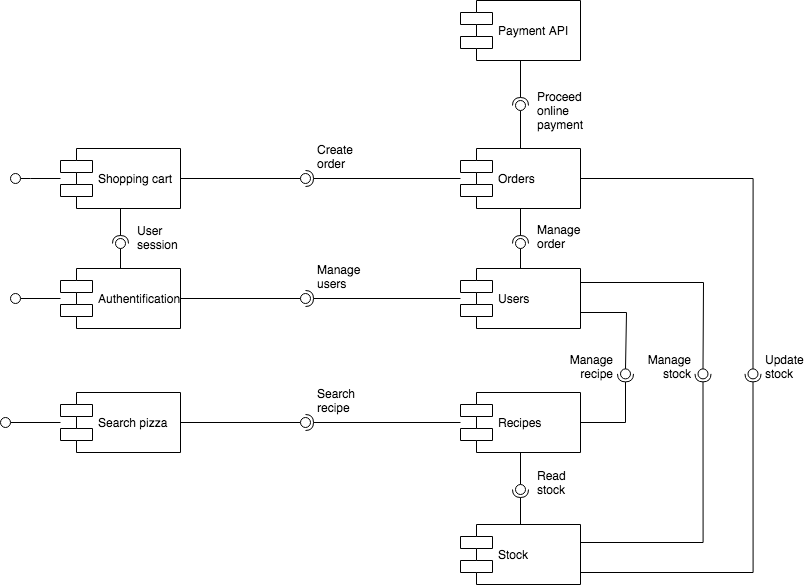
This is Diagrams/Components_diagram.png from GuillaumeOj/DesignTechnicalSolution, a draw.io export, as it was before one commit. Source tidied: cells renumbered, new cells last; positions are measured from the earlier drawing's top-left corner, leaving out a move shared by most shapes.
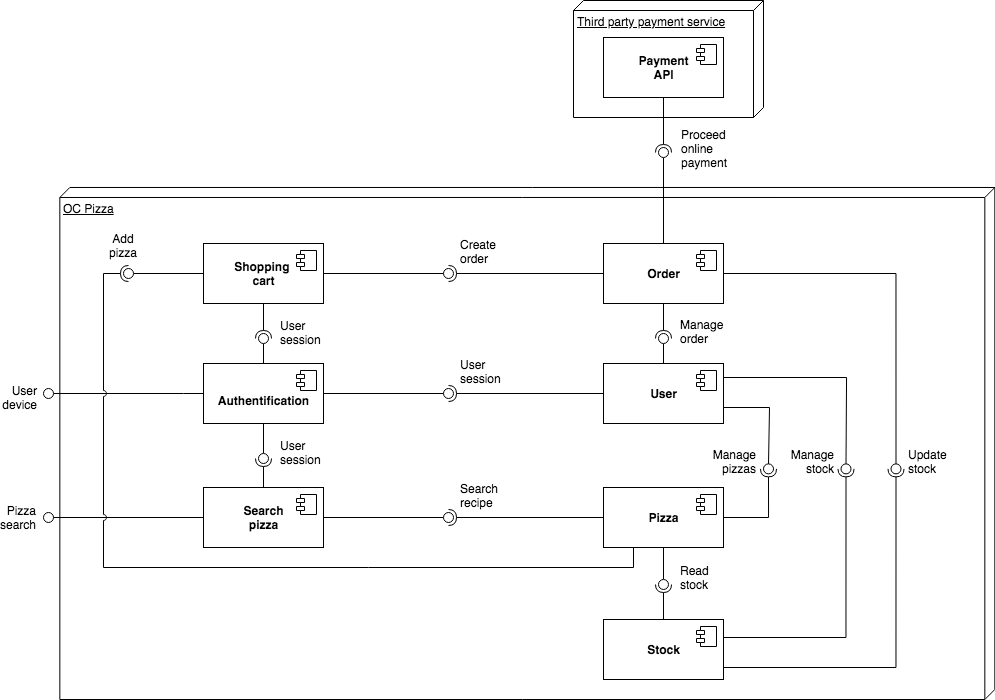
The same file after the commit.

The edit, as a diff of the source:
```diff
@@ -2,6 +2,12 @@
   <root>
     <mxCell id="0" />
     <mxCell id="1" parent="0" />
+    <mxCell id="46" value="Third party payment service" style="verticalAlign=top;align=left;spacingTop=8;spacingLeft=2;spacingRight=12;shape=cube;size=10;direction=south;fontStyle=4;html=1;" parent="1" vertex="1">
+      <mxGeometry x="430" y="-95" width="190" height="117" as="geometry" />
+    </mxCell>
+    <mxCell id="47" value="OC Pizza" style="verticalAlign=top;align=left;spacingTop=8;spacingLeft=2;spacingRight=12;shape=cube;size=10;direction=south;fontStyle=4;html=1;" parent="1" vertex="1">
+      <mxGeometry x="-83.7" y="92" width="935" height="512" as="geometry" />
+    </mxCell>
     <mxCell id="2" value="Stock" style="shape=component;align=left;spacingLeft=36;" parent="1" vertex="1">
       <mxGeometry x="460" y="524" width="120" height="60" as="geometry" />
     </mxCell>
@@ -24,24 +30,20 @@
       <mxGeometry x="460" y="392" width="120" height="60" as="geometry" />
     </mxCell>
     <mxCell id="9" value="Payment API" style="shape=component;align=left;spacingLeft=36;" parent="1" vertex="1">
-      <mxGeometry x="460" width="120" height="60" as="geometry" />
+      <mxGeometry x="460" y="-58" width="120" height="60" as="geometry" />
     </mxCell>
     <mxCell id="10" style="rounded=0;jettySize=auto;html=1;endArrow=none;endFill=0;" parent="1" edge="1" source="4" target="11">
-      <mxGeometry relative="1" as="geometry" />
+      <mxGeometry relative="1" as="geometry">
+        <Array as="points">
+          <mxPoint x="40" y="298" />
+        </Array>
+      </mxGeometry>
     </mxCell>
-    <mxCell id="11" style="ellipse;whiteSpace=wrap;html=1;fontFamily=Helvetica;fontSize=12;fontColor=#000000;align=center;strokeColor=#000000;fillColor=#ffffff;points=[];shadow=0;" parent="1" vertex="1">
-      <mxGeometry x="10" y="293" width="10" height="10" as="geometry" />
+    <mxCell id="11" value="User&lt;br&gt;device" style="ellipse;whiteSpace=wrap;html=1;fontFamily=Helvetica;fontSize=12;fontColor=#000000;align=right;strokeColor=#000000;fillColor=#ffffff;points=[];shadow=0;movableLabel=1;" parent="1" vertex="1">
+      <mxGeometry x="-100" y="293" width="10" height="10" as="geometry">
+        <mxPoint x="-14" y="4" as="offset" />
+      </mxGeometry>
     </mxCell>
-    <mxCell id="12" style="rounded=0;jettySize=auto;html=1;endArrow=none;endFill=0;" parent="1" edge="1" source="5" target="13">
-      <mxGeometry relative="1" as="geometry">
-        <Array as="points">
-          <mxPoint x="30" y="178" />
-        </Array>
-      </mxGeometry>
-    </mxCell>
-    <mxCell id="13" style="ellipse;whiteSpace=wrap;html=1;fontFamily=Helvetica;fontSize=12;fontColor=#000000;align=center;strokeColor=#000000;fillColor=#ffffff;points=[];shadow=0;" parent="1" vertex="1">
-      <mxGeometry x="10" y="173" width="10" height="10" as="geometry" />
-    </mxCell>
     <mxCell id="14" style="rounded=0;jettySize=auto;html=1;endArrow=none;endFill=0;" parent="1" edge="1" source="4" target="16">
       <mxGeometry relative="1" as="geometry" />
     </mxCell>
@@ -70,7 +72,7 @@
     <mxCell id="21" style="rounded=0;jettySize=auto;html=1;endArrow=halfCircle;endFill=0;entryX=0.5;entryY=0.5;entryDx=0;entryDy=0;endSize=6;strokeWidth=1;" parent="1" edge="1" source="7" target="22">
       <mxGeometry relative="1" as="geometry" />
     </mxCell>
-    <mxCell id="22" value="Manage users" style="ellipse;whiteSpace=wrap;html=1;fontFamily=Helvetica;fontSize=12;fontColor=#000000;align=left;strokeColor=#000000;fillColor=#ffffff;points=[];shadow=0;movableLabel=1;verticalAlign=bottom;" parent="1" vertex="1">
+    <mxCell id="22" value="User session" style="ellipse;whiteSpace=wrap;html=1;fontFamily=Helvetica;fontSize=12;fontColor=#000000;align=left;strokeColor=#000000;fillColor=#ffffff;points=[];shadow=0;movableLabel=1;verticalAlign=bottom;" parent="1" vertex="1">
       <mxGeometry x="300" y="293" width="10" height="10" as="geometry">
         <mxPoint x="15" y="-10" as="offset" />
       </mxGeometry>
@@ -96,7 +98,7 @@
     <mxCell id="27" style="rounded=0;jettySize=auto;html=1;endArrow=halfCircle;endFill=0;entryX=0.5;entryY=0.5;entryDx=0;entryDy=0;endSize=6;strokeWidth=1;edgeStyle=orthogonalEdgeStyle;" parent="1" edge="1" source="8" target="28">
       <mxGeometry relative="1" as="geometry" />
     </mxCell>
-    <mxCell id="28" value="Manage&lt;br&gt;recipe" style="ellipse;whiteSpace=wrap;html=1;fontFamily=Helvetica;fontSize=12;fontColor=#000000;align=right;strokeColor=#000000;fillColor=#ffffff;points=[];shadow=0;movableLabel=1;verticalAlign=bottom;" parent="1" vertex="1">
+    <mxCell id="28" value="Manage&lt;br&gt;pizzas" style="ellipse;whiteSpace=wrap;html=1;fontFamily=Helvetica;fontSize=12;fontColor=#000000;align=right;strokeColor=#000000;fillColor=#ffffff;points=[];shadow=0;movableLabel=1;verticalAlign=bottom;" parent="1" vertex="1">
       <mxGeometry x="620" y="368.4" width="10" height="10" as="geometry">
         <mxPoint x="-15" y="5" as="offset" />
       </mxGeometry>
@@ -168,15 +170,109 @@
       <mxGeometry relative="1" as="geometry" />
     </mxCell>
     <mxCell id="43" value="Proceed online payment" style="ellipse;whiteSpace=wrap;html=1;fontFamily=Helvetica;fontSize=12;fontColor=#000000;align=left;strokeColor=#000000;fillColor=#ffffff;points=[];shadow=0;movableLabel=1;verticalAlign=middle;" parent="1" vertex="1">
-      <mxGeometry x="515" y="100" width="10" height="10" as="geometry">
-        <mxPoint x="20" y="5" as="offset" />
+      <mxGeometry x="515" y="52" width="10" height="10" as="geometry">
+        <mxPoint x="21" y="-4" as="offset" />
       </mxGeometry>
     </mxCell>
     <mxCell id="44" style="rounded=0;jettySize=auto;html=1;endArrow=none;endFill=0;" parent="1" edge="1" source="3" target="45">
       <mxGeometry relative="1" as="geometry" />
     </mxCell>
-    <mxCell id="45" style="ellipse;whiteSpace=wrap;html=1;fontFamily=Helvetica;fontSize=12;fontColor=#000000;align=center;strokeColor=#000000;fillColor=#ffffff;points=[];shadow=0;" parent="1" vertex="1">
-      <mxGeometry y="417" width="10" height="10" as="geometry" />
+    <mxCell id="45" value="Pizza search" style="ellipse;whiteSpace=wrap;html=1;fontFamily=Helvetica;fontSize=12;fontColor=#000000;align=right;strokeColor=#000000;fillColor=#ffffff;points=[];shadow=0;movableLabel=1;" parent="1" vertex="1">
+      <mxGeometry x="-100" y="417" width="10" height="10" as="geometry">
+        <mxPoint x="-15" as="offset" />
+      </mxGeometry>
     </mxCell>
+    <mxCell id="48" value="&lt;b&gt;Shopping &lt;br&gt;cart&lt;/b&gt;" style="html=1;" parent="1" vertex="1">
+      <mxGeometry x="60" y="148" width="120" height="60" as="geometry" />
+    </mxCell>
+    <mxCell id="49" style="shape=component;jettyWidth=8;jettyHeight=4;" parent="48" vertex="1">
+      <mxGeometry x="1" width="20" height="20" relative="1" as="geometry">
+        <mxPoint x="-27" y="7" as="offset" />
+      </mxGeometry>
+    </mxCell>
+    <mxCell id="50" value="&lt;b&gt;&lt;br&gt;Authentification&lt;/b&gt;" style="html=1;" parent="1" vertex="1">
+      <mxGeometry x="60" y="268" width="120" height="60" as="geometry" />
+    </mxCell>
+    <mxCell id="51" style="shape=component;jettyWidth=8;jettyHeight=4;" parent="50" vertex="1">
+      <mxGeometry x="1" width="20" height="20" relative="1" as="geometry">
+        <mxPoint x="-27" y="7" as="offset" />
+      </mxGeometry>
+    </mxCell>
+    <mxCell id="52" value="&lt;b&gt;Search&lt;br&gt;pizza&lt;/b&gt;" style="html=1;" parent="1" vertex="1">
+      <mxGeometry x="60" y="392" width="120" height="60" as="geometry" />
+    </mxCell>
+    <mxCell id="53" style="shape=component;jettyWidth=8;jettyHeight=4;" parent="52" vertex="1">
+      <mxGeometry x="1" width="20" height="20" relative="1" as="geometry">
+        <mxPoint x="-27" y="7" as="offset" />
+      </mxGeometry>
+    </mxCell>
+    <mxCell id="54" value="&lt;b&gt;Payment&lt;br&gt;API&lt;/b&gt;" style="html=1;" parent="1" vertex="1">
+      <mxGeometry x="460" y="-58" width="120" height="60" as="geometry" />
+    </mxCell>
+    <mxCell id="55" style="shape=component;jettyWidth=8;jettyHeight=4;" parent="54" vertex="1">
+      <mxGeometry x="1" width="20" height="20" relative="1" as="geometry">
+        <mxPoint x="-27" y="7" as="offset" />
+      </mxGeometry>
+    </mxCell>
+    <mxCell id="56" value="&lt;b&gt;Order&lt;/b&gt;" style="html=1;" parent="1" vertex="1">
+      <mxGeometry x="460" y="148" width="120" height="60" as="geometry" />
+    </mxCell>
+    <mxCell id="57" style="shape=component;jettyWidth=8;jettyHeight=4;" parent="56" vertex="1">
+      <mxGeometry x="1" width="20" height="20" relative="1" as="geometry">
+        <mxPoint x="-27" y="7" as="offset" />
+      </mxGeometry>
+    </mxCell>
+    <mxCell id="58" value="&lt;b&gt;User&lt;/b&gt;" style="html=1;" parent="1" vertex="1">
+      <mxGeometry x="460" y="268" width="120" height="60" as="geometry" />
+    </mxCell>
+    <mxCell id="59" style="shape=component;jettyWidth=8;jettyHeight=4;" parent="58" vertex="1">
+      <mxGeometry x="1" width="20" height="20" relative="1" as="geometry">
+        <mxPoint x="-27" y="7" as="offset" />
+      </mxGeometry>
+    </mxCell>
+    <mxCell id="60" value="&lt;b&gt;Pizza&lt;/b&gt;" style="html=1;" parent="1" vertex="1">
+      <mxGeometry x="460" y="392" width="120" height="60" as="geometry" />
+    </mxCell>
+    <mxCell id="61" style="shape=component;jettyWidth=8;jettyHeight=4;" parent="60" vertex="1">
+      <mxGeometry x="1" width="20" height="20" relative="1" as="geometry">
+        <mxPoint x="-27" y="7" as="offset" />
+      </mxGeometry>
+    </mxCell>
+    <mxCell id="62" value="&lt;b&gt;Stock&lt;/b&gt;" style="html=1;" parent="1" vertex="1">
+      <mxGeometry x="460" y="524" width="120" height="60" as="geometry" />
+    </mxCell>
+    <mxCell id="63" style="shape=component;jettyWidth=8;jettyHeight=4;" parent="62" vertex="1">
+      <mxGeometry x="1" width="20" height="20" relative="1" as="geometry">
+        <mxPoint x="-27" y="7" as="offset" />
+      </mxGeometry>
+    </mxCell>
+    <mxCell id="64" style="rounded=0;jettySize=auto;html=1;endArrow=none;endFill=0;edgeStyle=orthogonalEdgeStyle;" parent="1" edge="1" source="48" target="66">
+      <mxGeometry relative="1" as="geometry" />
+    </mxCell>
+    <mxCell id="65" style="rounded=0;jettySize=auto;html=1;endArrow=halfCircle;endFill=0;entryX=0.5;entryY=0.5;entryDx=0;entryDy=0;endSize=6;strokeWidth=1;edgeStyle=orthogonalEdgeStyle;jumpStyle=arc;jumpSize=6;" parent="1" edge="1" source="60" target="66">
+      <mxGeometry relative="1" as="geometry">
+        <Array as="points">
+          <mxPoint x="490" y="472" />
+          <mxPoint x="-40" y="472" />
+          <mxPoint x="-40" y="178" />
+        </Array>
+      </mxGeometry>
+    </mxCell>
+    <mxCell id="66" value="Add pizza" style="ellipse;whiteSpace=wrap;html=1;fontFamily=Helvetica;fontSize=12;fontColor=#000000;align=center;strokeColor=#000000;fillColor=#ffffff;points=[];movableLabel=1;verticalAlign=bottom;" parent="1" vertex="1">
+      <mxGeometry x="-20" y="173" width="10" height="10" as="geometry">
+        <mxPoint x="-5" y="-16" as="offset" />
+      </mxGeometry>
+    </mxCell>
+    <mxCell id="67" style="rounded=0;jettySize=auto;html=1;endArrow=none;endFill=0;" parent="1" edge="1" source="50" target="69">
+      <mxGeometry relative="1" as="geometry" />
+    </mxCell>
+    <mxCell id="68" style="rounded=0;jettySize=auto;html=1;endArrow=halfCircle;endFill=0;entryX=0.5;entryY=0.5;entryDx=0;entryDy=0;endSize=6;strokeWidth=1;" parent="1" edge="1" source="52" target="69">
+      <mxGeometry relative="1" as="geometry" />
+    </mxCell>
+    <mxCell id="69" value="User session" style="ellipse;whiteSpace=wrap;html=1;fontFamily=Helvetica;fontSize=12;fontColor=#000000;align=left;strokeColor=#000000;fillColor=#ffffff;points=[];shadow=0;movableLabel=1;verticalAlign=bottom;" parent="1" vertex="1">
+      <mxGeometry x="115" y="358" width="10" height="10" as="geometry">
+        <mxPoint x="20" y="6" as="offset" />
+      </mxGeometry>
+    </mxCell>
   </root>
 </mxGraphModel>
```
